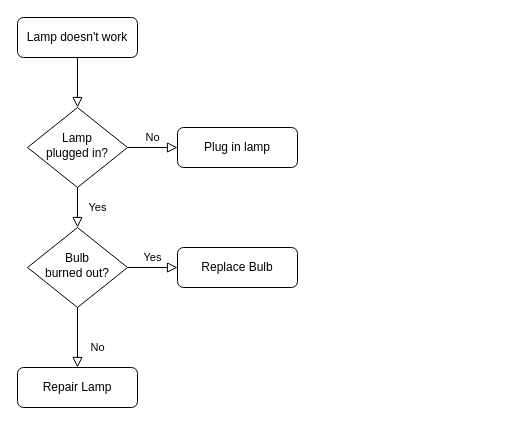
The draw.io diagram Untitled Diagram.drawio in zengleSoft/draw, before the edit. Source tidied: cells renumbered, new cells numbered last; positions are measured from the earlier drawing's top-left corner, leaving out a move shared by most shapes. Both pictures are drawn from the tidied source at 100%, with x=0, y=0 at pixel (17, 17).
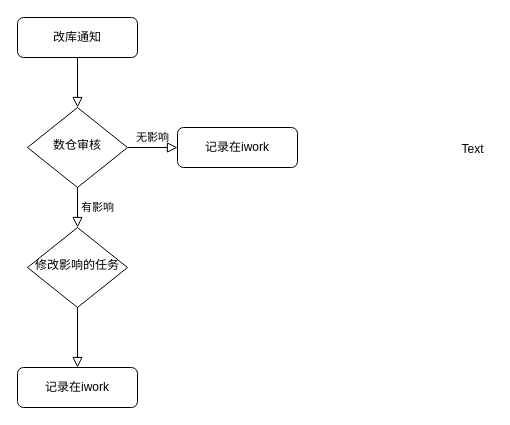
Above is the later version.

Commit message:
改库通知流程图

The edit, as a diff of the source:
```diff
@@
 <mxGraphModel>
   <root>
     <mxCell id="0" />
     <mxCell id="1" parent="0" />
     <mxCell id="2" style="rounded=0;html=1;jettySize=auto;fontSize=11;endArrow=block;endFill=0;endSize=8;strokeWidth=1;shadow=0;labelBackgroundColor=none;edgeStyle=orthogonalEdgeStyle;" parent="1" edge="1" source="3" target="6">
       <mxGeometry relative="1" as="geometry" />
     </mxCell>
-    <mxCell id="3" value="Lamp doesn't work" style="rounded=1;whiteSpace=wrap;html=1;fontSize=12;glass=0;strokeWidth=1;shadow=0;" parent="1" vertex="1">
+    <mxCell id="3" value="改库通知" style="rounded=1;whiteSpace=wrap;html=1;fontSize=12;glass=0;strokeWidth=1;shadow=0;" parent="1" vertex="1">
       <mxGeometry width="120" height="40" as="geometry" />
     </mxCell>
-    <mxCell id="4" value="Yes" style="rounded=0;html=1;jettySize=auto;fontSize=11;endArrow=block;endFill=0;endSize=8;strokeWidth=1;shadow=0;labelBackgroundColor=none;edgeStyle=orthogonalEdgeStyle;" parent="1" edge="1" source="6" target="10">
+    <mxCell id="4" value="&lt;div&gt;有影响&lt;/div&gt;" style="rounded=0;html=1;jettySize=auto;fontSize=11;endArrow=block;endFill=0;endSize=8;strokeWidth=1;shadow=0;labelBackgroundColor=none;edgeStyle=orthogonalEdgeStyle;" parent="1" edge="1" source="6" target="10">
       <mxGeometry y="20" relative="1" as="geometry" />
     </mxCell>
-    <mxCell id="5" value="No" style="edgeStyle=orthogonalEdgeStyle;rounded=0;html=1;jettySize=auto;fontSize=11;endArrow=block;endFill=0;endSize=8;strokeWidth=1;shadow=0;labelBackgroundColor=none;" parent="1" edge="1" source="6" target="7">
+    <mxCell id="5" value="无影响" style="edgeStyle=orthogonalEdgeStyle;rounded=0;html=1;jettySize=auto;fontSize=11;endArrow=block;endFill=0;endSize=8;strokeWidth=1;shadow=0;labelBackgroundColor=none;" parent="1" edge="1" source="6" target="7">
       <mxGeometry y="10" relative="1" as="geometry" />
     </mxCell>
-    <mxCell id="6" value="Lamp&lt;br&gt;plugged in?" style="rhombus;whiteSpace=wrap;html=1;shadow=0;fontFamily=Helvetica;fontSize=12;align=center;strokeWidth=1;spacing=6;spacingTop=-4;" parent="1" vertex="1">
+    <mxCell id="6" value="数仓审核" style="rhombus;whiteSpace=wrap;html=1;shadow=0;fontFamily=Helvetica;fontSize=12;align=center;strokeWidth=1;spacing=6;spacingTop=-4;" parent="1" vertex="1">
       <mxGeometry x="10" y="90" width="100" height="80" as="geometry" />
     </mxCell>
-    <mxCell id="7" value="Plug in lamp" style="rounded=1;whiteSpace=wrap;html=1;fontSize=12;glass=0;strokeWidth=1;shadow=0;" parent="1" vertex="1">
+    <mxCell id="7" value="记录在iwork" style="rounded=1;whiteSpace=wrap;html=1;fontSize=12;glass=0;strokeWidth=1;shadow=0;" parent="1" vertex="1">
       <mxGeometry x="160" y="110" width="120" height="40" as="geometry" />
     </mxCell>
-    <mxCell id="8" value="No" style="rounded=0;html=1;jettySize=auto;fontSize=11;endArrow=block;endFill=0;endSize=8;strokeWidth=1;shadow=0;labelBackgroundColor=none;edgeStyle=orthogonalEdgeStyle;" parent="1" edge="1" source="10" target="11">
+    <mxCell id="8" style="rounded=0;html=1;jettySize=auto;fontSize=11;endArrow=block;endFill=0;endSize=8;strokeWidth=1;shadow=0;labelBackgroundColor=none;edgeStyle=orthogonalEdgeStyle;" parent="1" edge="1" source="10" target="11">
       <mxGeometry x="0.33" y="20" relative="1" as="geometry" />
     </mxCell>
-    <mxCell id="9" value="Yes" style="edgeStyle=orthogonalEdgeStyle;rounded=0;html=1;jettySize=auto;fontSize=11;endArrow=block;endFill=0;endSize=8;strokeWidth=1;shadow=0;labelBackgroundColor=none;" parent="1" edge="1" source="10" target="12">
-      <mxGeometry y="10" relative="1" as="geometry" />
-    </mxCell>
-    <mxCell id="10" value="Bulb&lt;br&gt;burned out?" style="rhombus;whiteSpace=wrap;html=1;shadow=0;fontFamily=Helvetica;fontSize=12;align=center;strokeWidth=1;spacing=6;spacingTop=-4;" parent="1" vertex="1">
+    <mxCell id="10" value="修改影响的任务" style="rhombus;whiteSpace=wrap;html=1;shadow=0;fontFamily=Helvetica;fontSize=12;align=center;strokeWidth=1;spacing=6;spacingTop=-4;" parent="1" vertex="1">
       <mxGeometry x="10" y="210" width="100" height="80" as="geometry" />
     </mxCell>
-    <mxCell id="11" value="Repair Lamp" style="rounded=1;whiteSpace=wrap;html=1;fontSize=12;glass=0;strokeWidth=1;shadow=0;" parent="1" vertex="1">
+    <mxCell id="11" value="记录在iwork" style="rounded=1;whiteSpace=wrap;html=1;fontSize=12;glass=0;strokeWidth=1;shadow=0;" parent="1" vertex="1">
       <mxGeometry y="350" width="120" height="40" as="geometry" />
     </mxCell>
-    <mxCell id="12" value="Replace Bulb" style="rounded=1;whiteSpace=wrap;html=1;fontSize=12;glass=0;strokeWidth=1;shadow=0;" parent="1" vertex="1">
-      <mxGeometry x="160" y="230" width="120" height="40" as="geometry" />
-    </mxCell>
+    <mxCell id="13" value="Text" style="text;html=1;align=center;verticalAlign=middle;" parent="1" vertex="1">
+      <mxGeometry x="435" y="122" width="40" height="20" as="geometry" />
+    </mxCell>
   </root>
 </mxGraphModel>
```
